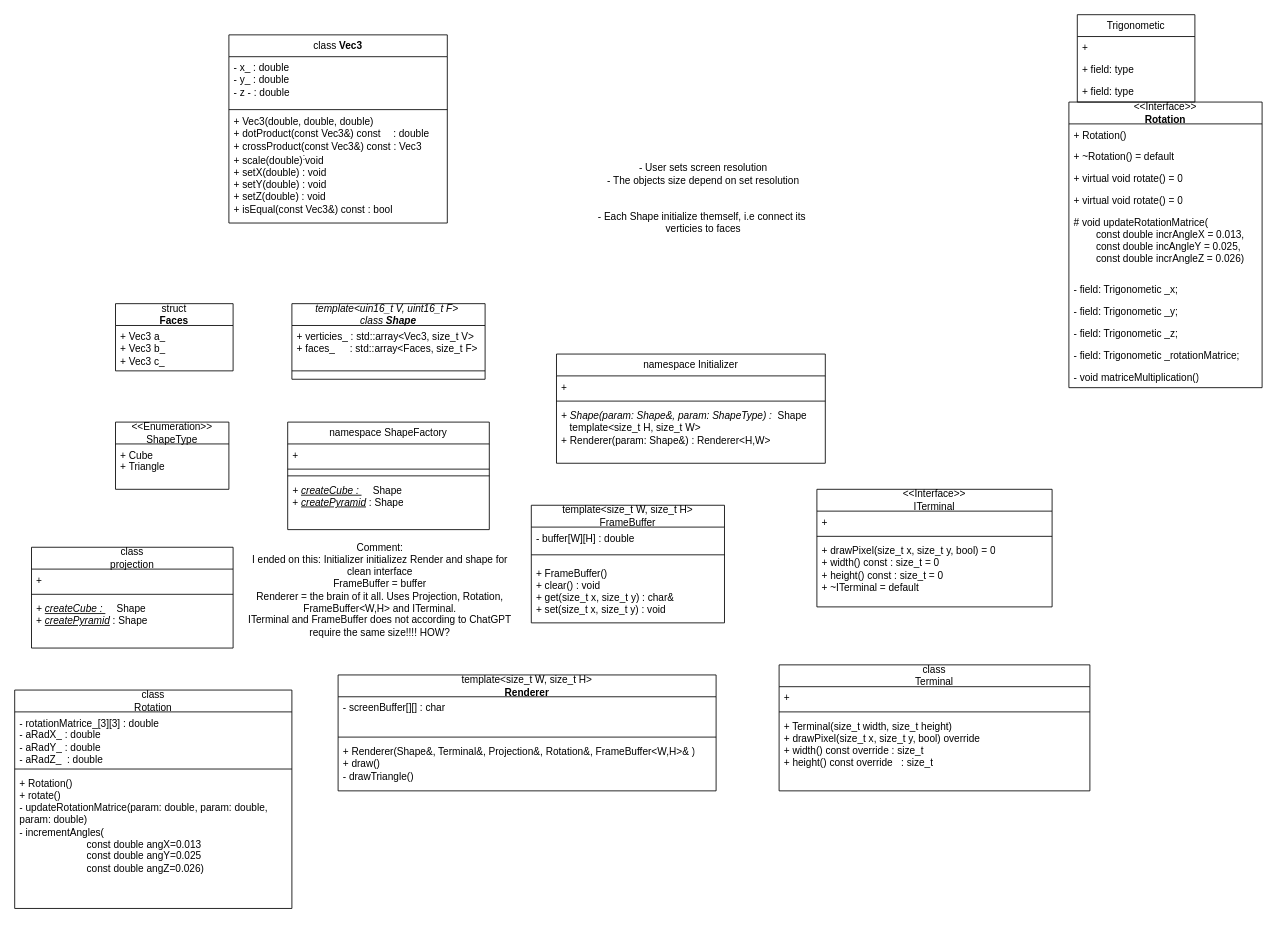
AntonG97/ASCII_cube keeps this draw.io diagram as Architecture.drawio. Above is the earlier version. Source tidied: cells renumbered, new cells numbered last; positions are measured from the earlier drawing's top-left corner, leaving out a move shared by most shapes. Both pictures are drawn from the tidied source at 84%, with x=0, y=0 at pixel (14, 14).
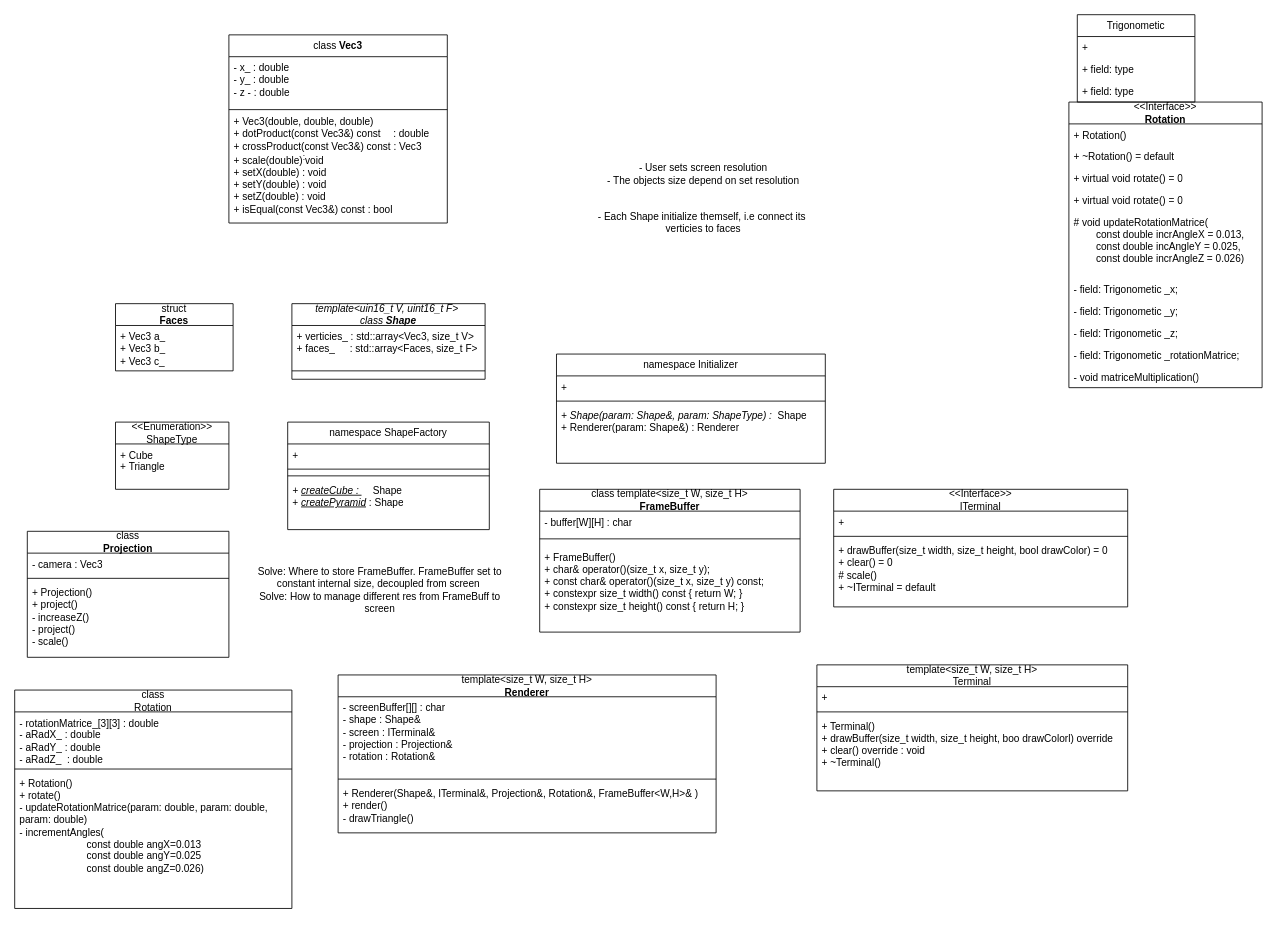
The same diagram, later.

The change refers to these unchanged cells:
```xml
<mxCell id="32" value="namespace Initializer" style="swimlane;fontStyle=0;horizontal=1;startSize=26;fillColor=none;whiteSpace=wrap;html=1;" parent="1" vertex="1">
  <mxGeometry x="645" y="404" width="320" height="130" as="geometry" />
</mxCell>
```

The edit, as a diff of the source:
```diff
@@
-    <mxCell id="35" value="&lt;div&gt;&lt;i&gt;+ Shape(param: Shape&amp;amp;, param: ShapeType)&amp;nbsp;:&amp;nbsp; &lt;/i&gt;Shape&lt;/div&gt;&lt;div&gt;&amp;nbsp; &amp;nbsp;template&amp;lt;size_t H, size_t W&amp;gt;&lt;/div&gt;&lt;div&gt;+ Renderer(param: Shape&amp;amp;) : Renderer&amp;lt;H,W&amp;gt;&lt;/div&gt;&lt;div&gt;&lt;br&gt;&lt;/div&gt;" style="text;strokeColor=none;fillColor=none;align=left;verticalAlign=top;spacingLeft=4;spacingRight=4;overflow=hidden;whiteSpace=wrap;html=1;" parent="32" vertex="1">
+    <mxCell id="35" value="&lt;div&gt;&lt;i&gt;+ Shape(param: Shape&amp;amp;, param: ShapeType)&amp;nbsp;:&amp;nbsp; &lt;/i&gt;Shape&lt;/div&gt;&lt;div&gt;+ Renderer(param: Shape&amp;amp;) : Renderer&lt;/div&gt;&lt;div&gt;&lt;br&gt;&lt;/div&gt;" style="text;strokeColor=none;fillColor=none;align=left;verticalAlign=top;spacingLeft=4;spacingRight=4;overflow=hidden;whiteSpace=wrap;html=1;" parent="32" vertex="1">
       <mxGeometry y="60" width="320" height="70" as="geometry" />
     </mxCell>
@@
     <mxCell id="38" value="&lt;div&gt;template&amp;lt;size_t W, size_t H&amp;gt;&lt;/div&gt;&lt;div&gt;&lt;b&gt;Renderer&lt;/b&gt;&lt;/div&gt;" style="swimlane;fontStyle=0;horizontal=1;startSize=26;fillColor=none;whiteSpace=wrap;html=1;" parent="1" vertex="1">
-      <mxGeometry x="385" y="786" width="450" height="138" as="geometry" />
+      <mxGeometry x="385" y="786" width="450" height="188" as="geometry" />
     </mxCell>
-    <mxCell id="39" value="&lt;div&gt;- screenBuffer[][] : char&lt;/div&gt;" style="text;strokeColor=none;fillColor=none;align=left;verticalAlign=top;spacingLeft=4;spacingRight=4;overflow=hidden;whiteSpace=wrap;html=1;" parent="38" vertex="1">
-      <mxGeometry y="26" width="450" height="44" as="geometry" />
+    <mxCell id="39" value="&lt;div&gt;- screenBuffer[][] : char&lt;/div&gt;&lt;div&gt;- shape : Shape&amp;amp;&lt;/div&gt;&lt;div&gt;- screen : ITerminal&amp;amp;&lt;/div&gt;&lt;div&gt;- projection :&amp;nbsp;Projection&amp;amp;&lt;/div&gt;&lt;div&gt;- rotation : Rotation&amp;amp;&lt;/div&gt;" style="text;strokeColor=none;fillColor=none;align=left;verticalAlign=top;spacingLeft=4;spacingRight=4;overflow=hidden;whiteSpace=wrap;html=1;" parent="38" vertex="1">
+      <mxGeometry y="26" width="450" height="94" as="geometry" />
     </mxCell>
     <mxCell id="40" style="line;strokeWidth=1;fillColor=none;align=left;verticalAlign=middle;spacingTop=-1;spacingLeft=3;spacingRight=3;labelPosition=right;strokeColor=inherit;" parent="38" vertex="1">
-      <mxGeometry y="70" width="450" height="8" as="geometry" />
+      <mxGeometry y="120" width="450" height="8" as="geometry" />
     </mxCell>
-    <mxCell id="41" value="&lt;div&gt;+ Renderer(Shape&amp;amp;, Terminal&amp;amp;, Projection&amp;amp;, Rotation&amp;amp;,&amp;nbsp;FrameBuffer&amp;lt;W,H&amp;gt;&amp;amp;&amp;nbsp;)&lt;/div&gt;&lt;div&gt;+ draw()&lt;/div&gt;- drawTriangle()" style="text;strokeColor=none;fillColor=none;align=left;verticalAlign=top;spacingLeft=4;spacingRight=4;overflow=hidden;whiteSpace=wrap;html=1;" parent="38" vertex="1">
-      <mxGeometry y="78" width="450" height="60" as="geometry" />
+    <mxCell id="41" value="&lt;div&gt;+ Renderer(Shape&amp;amp;, ITerminal&amp;amp;, Projection&amp;amp;, Rotation&amp;amp;,&amp;nbsp;FrameBuffer&amp;lt;W,H&amp;gt;&amp;amp;&amp;nbsp;)&lt;/div&gt;&lt;div&gt;+ render()&lt;/div&gt;- drawTriangle()" style="text;strokeColor=none;fillColor=none;align=left;verticalAlign=top;spacingLeft=4;spacingRight=4;overflow=hidden;whiteSpace=wrap;html=1;" parent="38" vertex="1">
+      <mxGeometry y="128" width="450" height="60" as="geometry" />
     </mxCell>
-    <mxCell id="42" value="&lt;div&gt;class&lt;/div&gt;&lt;div&gt;Terminal&lt;/div&gt;" style="swimlane;fontStyle=0;horizontal=1;startSize=26;fillColor=none;whiteSpace=wrap;html=1;" parent="1" vertex="1">
-      <mxGeometry x="910" y="774" width="370" height="150" as="geometry" />
+    <mxCell id="42" value="&lt;div&gt;template&amp;lt;size_t W, size_t H&amp;gt;&lt;/div&gt;&lt;div&gt;Terminal&lt;/div&gt;" style="swimlane;fontStyle=0;horizontal=1;startSize=26;fillColor=none;whiteSpace=wrap;html=1;" parent="1" vertex="1">
+      <mxGeometry x="955" y="774" width="370" height="150" as="geometry" />
     </mxCell>
@@
-    <mxCell id="45" value="&lt;div&gt;+ Terminal(size_t width,&amp;nbsp;size_t height)&lt;/div&gt;&lt;div&gt;+ drawPixel(size_t&amp;nbsp;x,&amp;nbsp;size_t&amp;nbsp;y, bool) override&lt;/div&gt;&lt;div&gt;+ width() const override :&amp;nbsp;size_t&lt;/div&gt;&lt;div&gt;+ height() const override&amp;nbsp; &amp;nbsp;:&amp;nbsp;size_t&lt;/div&gt;" style="text;strokeColor=none;fillColor=none;align=left;verticalAlign=top;spacingLeft=4;spacingRight=4;overflow=hidden;whiteSpace=wrap;html=1;" parent="42" vertex="1">
+    <mxCell id="45" value="&lt;div&gt;+ Terminal()&lt;/div&gt;&lt;div&gt;+&amp;nbsp;drawBuffer(size_t&amp;nbsp;width,&amp;nbsp;size_t&amp;nbsp;height, boo drawColorl) override&lt;/div&gt;&lt;div&gt;+ clear() override : void&lt;/div&gt;&lt;div&gt;+ ~Terminal()&lt;/div&gt;" style="text;strokeColor=none;fillColor=none;align=left;verticalAlign=top;spacingLeft=4;spacingRight=4;overflow=hidden;whiteSpace=wrap;html=1;" parent="42" vertex="1">
       <mxGeometry y="60" width="370" height="90" as="geometry" />
     </mxCell>
@@
-    <mxCell id="50" value="&lt;div&gt;class&lt;/div&gt;&lt;div&gt;projection&lt;/div&gt;" style="swimlane;fontStyle=0;horizontal=1;startSize=26;fillColor=none;whiteSpace=wrap;html=1;" parent="1" vertex="1">
-      <mxGeometry x="20" y="634" width="240" height="120" as="geometry" />
+    <mxCell id="50" value="&lt;div&gt;class&lt;/div&gt;&lt;div&gt;&lt;b&gt;Projection&lt;/b&gt;&lt;/div&gt;" style="swimlane;fontStyle=0;horizontal=1;startSize=26;fillColor=none;whiteSpace=wrap;html=1;" parent="1" vertex="1">
+      <mxGeometry x="15" y="615" width="240" height="150" as="geometry" />
     </mxCell>
-    <mxCell id="51" value="+" style="text;strokeColor=none;fillColor=none;align=left;verticalAlign=top;spacingLeft=4;spacingRight=4;overflow=hidden;whiteSpace=wrap;html=1;" parent="50" vertex="1">
+    <mxCell id="51" value="- camera : Vec3" style="text;strokeColor=none;fillColor=none;align=left;verticalAlign=top;spacingLeft=4;spacingRight=4;overflow=hidden;whiteSpace=wrap;html=1;" parent="50" vertex="1">
       <mxGeometry y="26" width="240" height="26" as="geometry" />
     </mxCell>
@@
-    <mxCell id="53" value="&lt;div&gt;&lt;i&gt;+&amp;nbsp;&lt;u&gt;createCube&amp;nbsp;:&amp;nbsp;&lt;/u&gt;&lt;/i&gt;&amp;nbsp; &amp;nbsp; Shape&lt;/div&gt;+&amp;nbsp;&lt;i&gt;&lt;u&gt;createPyramid&lt;/u&gt;&lt;/i&gt;&amp;nbsp;: Shape" style="text;strokeColor=none;fillColor=none;align=left;verticalAlign=top;spacingLeft=4;spacingRight=4;overflow=hidden;whiteSpace=wrap;html=1;" parent="50" vertex="1">
-      <mxGeometry y="60" width="240" height="60" as="geometry" />
+    <mxCell id="53" value="&lt;div&gt;+ Projection()&lt;/div&gt;&lt;div&gt;+ project()&lt;/div&gt;&lt;div&gt;- increaseZ()&lt;/div&gt;&lt;div&gt;- project()&lt;/div&gt;&lt;div&gt;- scale()&lt;/div&gt;&lt;div&gt;&lt;br&gt;&lt;/div&gt;" style="text;strokeColor=none;fillColor=none;align=left;verticalAlign=top;spacingLeft=4;spacingRight=4;overflow=hidden;whiteSpace=wrap;html=1;" parent="50" vertex="1">
+      <mxGeometry y="60" width="240" height="90" as="geometry" />
     </mxCell>
     <mxCell id="54" value="&lt;div&gt;&amp;lt;&amp;lt;Interface&amp;gt;&amp;gt;&lt;/div&gt;&lt;div&gt;ITerminal&lt;/div&gt;" style="swimlane;fontStyle=0;horizontal=1;startSize=26;fillColor=none;whiteSpace=wrap;html=1;" parent="1" vertex="1">
-      <mxGeometry x="955" y="565" width="280" height="140" as="geometry" />
+      <mxGeometry x="975" y="565" width="350" height="140" as="geometry" />
     </mxCell>
     <mxCell id="55" value="+&amp;nbsp;" style="text;strokeColor=none;fillColor=none;align=left;verticalAlign=top;spacingLeft=4;spacingRight=4;overflow=hidden;whiteSpace=wrap;html=1;" parent="54" vertex="1">
-      <mxGeometry y="26" width="280" height="26" as="geometry" />
+      <mxGeometry y="26" width="350" height="26" as="geometry" />
     </mxCell>
     <mxCell id="56" style="line;strokeWidth=1;fillColor=none;align=left;verticalAlign=middle;spacingTop=-1;spacingLeft=3;spacingRight=3;labelPosition=right;strokeColor=inherit;" parent="54" vertex="1">
-      <mxGeometry y="52" width="280" height="8" as="geometry" />
+      <mxGeometry y="52" width="350" height="8" as="geometry" />
     </mxCell>
-    <mxCell id="57" value="&lt;div&gt;+ drawPixel(size_t x,&amp;nbsp;size_t&amp;nbsp;y, bool) = 0&lt;/div&gt;&lt;div&gt;+ width() const :&amp;nbsp;size_t&amp;nbsp;= 0&lt;/div&gt;&lt;div&gt;+ height() const :&amp;nbsp;size_t&amp;nbsp;= 0&lt;/div&gt;&lt;div&gt;+ ~ITerminal = default&lt;/div&gt;" style="text;strokeColor=none;fillColor=none;align=left;verticalAlign=top;spacingLeft=4;spacingRight=4;overflow=hidden;whiteSpace=wrap;html=1;" parent="54" vertex="1">
-      <mxGeometry y="60" width="280" height="80" as="geometry" />
+    <mxCell id="57" value="&lt;div&gt;+ drawBuffer(size_t width,&amp;nbsp;size_t height, bool drawColor) = 0&lt;/div&gt;&lt;div&gt;+ clear() = 0&lt;/div&gt;&lt;div&gt;# scale()&lt;/div&gt;&lt;div&gt;+ ~ITerminal = default&lt;/div&gt;" style="text;strokeColor=none;fillColor=none;align=left;verticalAlign=top;spacingLeft=4;spacingRight=4;overflow=hidden;whiteSpace=wrap;html=1;" parent="54" vertex="1">
+      <mxGeometry y="60" width="350" height="80" as="geometry" />
     </mxCell>
-    <mxCell id="58" value="&lt;div&gt;template&amp;lt;size_t W, size_t H&amp;gt;&lt;/div&gt;&lt;div&gt;FrameBuffer&lt;/div&gt;" style="swimlane;fontStyle=0;horizontal=1;startSize=26;fillColor=none;whiteSpace=wrap;html=1;" parent="1" vertex="1">
-      <mxGeometry x="615" y="584" width="230" height="140" as="geometry" />
+    <mxCell id="58" value="&lt;div&gt;class template&amp;lt;size_t W, size_t H&amp;gt;&lt;/div&gt;&lt;div&gt;&lt;b&gt;FrameBuffer&lt;/b&gt;&lt;/div&gt;" style="swimlane;fontStyle=0;horizontal=1;startSize=26;fillColor=none;whiteSpace=wrap;html=1;" parent="1" vertex="1">
+      <mxGeometry x="625" y="565" width="310" height="170" as="geometry" />
     </mxCell>
-    <mxCell id="59" value="- buffer[W][H] : double" style="text;strokeColor=none;fillColor=none;align=left;verticalAlign=top;spacingLeft=4;spacingRight=4;overflow=hidden;whiteSpace=wrap;html=1;" parent="58" vertex="1">
-      <mxGeometry y="26" width="230" height="24" as="geometry" />
+    <mxCell id="59" value="- buffer[W][H] : char" style="text;strokeColor=none;fillColor=none;align=left;verticalAlign=top;spacingLeft=4;spacingRight=4;overflow=hidden;whiteSpace=wrap;html=1;" parent="58" vertex="1">
+      <mxGeometry y="26" width="310" height="24" as="geometry" />
     </mxCell>
     <mxCell id="60" style="line;strokeWidth=1;fillColor=none;align=left;verticalAlign=middle;spacingTop=-1;spacingLeft=3;spacingRight=3;labelPosition=right;strokeColor=inherit;" parent="58" vertex="1">
-      <mxGeometry y="50" width="230" height="18" as="geometry" />
+      <mxGeometry y="50" width="310" height="18" as="geometry" />
     </mxCell>
-    <mxCell id="61" value="&lt;div&gt;+ FrameBuffer()&lt;/div&gt;&lt;div&gt;+ clear() : void&amp;nbsp;&lt;/div&gt;&lt;div&gt;+ get(size_t x, size_t y) : char&amp;amp;&lt;/div&gt;&lt;div&gt;+ set(size_t x, size_t y) : void&lt;/div&gt;" style="text;strokeColor=none;fillColor=none;align=left;verticalAlign=top;spacingLeft=4;spacingRight=4;overflow=hidden;whiteSpace=wrap;html=1;" parent="58" vertex="1">
-      <mxGeometry y="68" width="230" height="72" as="geometry" />
+    <mxCell id="61" value="&lt;div&gt;+ FrameBuffer()&lt;/div&gt;&lt;div&gt;&lt;span&gt;&lt;/span&gt;&lt;span class=&quot;ͼm&quot;&gt;+ char&lt;/span&gt;&lt;span&gt;&amp;amp; &lt;/span&gt;&lt;span class=&quot;ͼg&quot;&gt;operator&lt;/span&gt;&lt;span&gt;()(&lt;/span&gt;&lt;span class=&quot;ͼm&quot;&gt;size_t&lt;/span&gt;&lt;span&gt; &lt;/span&gt;&lt;span class=&quot;ͼm&quot;&gt;x&lt;/span&gt;&lt;span&gt;, &lt;/span&gt;&lt;span class=&quot;ͼm&quot;&gt;size_t&lt;/span&gt;&lt;span&gt; &lt;/span&gt;&lt;span class=&quot;ͼm&quot;&gt;y&lt;/span&gt;&lt;span&gt;);&lt;/span&gt;&lt;br&gt;&lt;span&gt;&lt;/span&gt;&lt;span class=&quot;ͼg&quot;&gt;+ const&lt;/span&gt;&lt;span&gt; &lt;/span&gt;&lt;span class=&quot;ͼm&quot;&gt;char&lt;/span&gt;&lt;span&gt;&amp;amp; &lt;/span&gt;&lt;span class=&quot;ͼg&quot;&gt;operator&lt;/span&gt;&lt;span&gt;()(&lt;/span&gt;&lt;span class=&quot;ͼm&quot;&gt;size_t&lt;/span&gt;&lt;span&gt; &lt;/span&gt;&lt;span class=&quot;ͼm&quot;&gt;x&lt;/span&gt;&lt;span&gt;, &lt;/span&gt;&lt;span class=&quot;ͼm&quot;&gt;size_t&lt;/span&gt;&lt;span&gt; &lt;/span&gt;&lt;span class=&quot;ͼm&quot;&gt;y&lt;/span&gt;&lt;span&gt;) &lt;/span&gt;&lt;span class=&quot;ͼg&quot;&gt;const&lt;/span&gt;&lt;span&gt;;&lt;/span&gt;&lt;br&gt;&lt;span&gt;&lt;/span&gt;&lt;span class=&quot;ͼg&quot;&gt;+ constexpr&lt;/span&gt;&lt;span&gt; &lt;/span&gt;&lt;span class=&quot;ͼm&quot;&gt;size_t&lt;/span&gt;&lt;span&gt; width() &lt;/span&gt;&lt;span class=&quot;ͼg&quot;&gt;const&lt;/span&gt;&lt;span&gt; { &lt;/span&gt;&lt;span class=&quot;ͼg&quot;&gt;return&lt;/span&gt;&lt;span&gt; &lt;/span&gt;&lt;span class=&quot;ͼm&quot;&gt;W&lt;/span&gt;&lt;span&gt;; }&lt;/span&gt;&lt;br&gt;&lt;span&gt;&lt;/span&gt;&lt;span class=&quot;ͼg&quot;&gt;+ constexpr&lt;/span&gt;&lt;span&gt; &lt;/span&gt;&lt;span class=&quot;ͼm&quot;&gt;size_t&lt;/span&gt;&lt;span&gt; height() &lt;/span&gt;&lt;span class=&quot;ͼg&quot;&gt;const&lt;/span&gt;&lt;span&gt; { &lt;/span&gt;&lt;span class=&quot;ͼg&quot;&gt;return&lt;/span&gt;&lt;span&gt; &lt;/span&gt;&lt;span class=&quot;ͼm&quot;&gt;H&lt;/span&gt;&lt;span&gt;; }&lt;/span&gt;&lt;/div&gt;" style="text;strokeColor=none;fillColor=none;align=left;verticalAlign=top;spacingLeft=4;spacingRight=4;overflow=hidden;whiteSpace=wrap;html=1;" parent="58" vertex="1">
+      <mxGeometry y="68" width="310" height="102" as="geometry" />
     </mxCell>
-    <mxCell id="62" value="Comment:&lt;br&gt;&lt;div&gt;I ended on this: Initializer initializez Render and shape for clean interface&lt;/div&gt;&lt;div&gt;FrameBuffer = buffer&lt;/div&gt;&lt;div&gt;Renderer = the brain of it all. Uses Projection, Rotation, FrameBuffer&amp;lt;W,H&amp;gt; and ITerminal.&lt;/div&gt;&lt;div&gt;ITerminal and FrameBuffer does not according to ChatGPT require the same size!!!! HOW?&lt;/div&gt;" style="text;html=1;whiteSpace=wrap;strokeColor=none;fillColor=none;align=center;verticalAlign=middle;rounded=0;" parent="1" vertex="1">
+    <mxCell id="62" value="Solve: Where to store FrameBuffer. FrameBuffer set to constant internal size, decoupled from screen&amp;nbsp;&lt;br&gt;Solve: How to manage different res from FrameBuff to screen" style="text;html=1;whiteSpace=wrap;strokeColor=none;fillColor=none;align=center;verticalAlign=middle;rounded=0;" parent="1" vertex="1">
       <mxGeometry x="275" y="615" width="320" height="139" as="geometry" />
     </mxCell>
```
